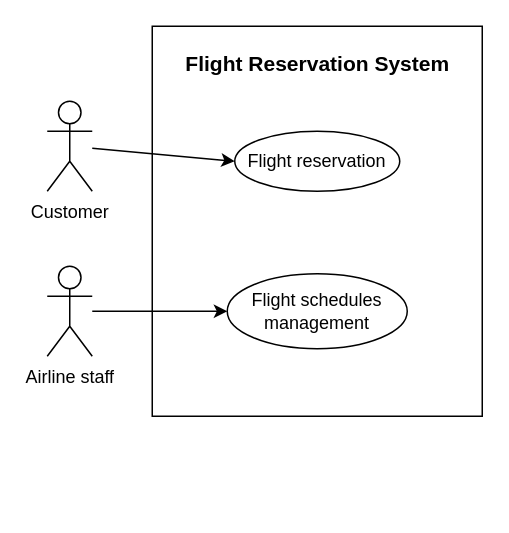
Before: UseCase/uc5.drawio in ShuYu03/ShuYu03.github.io, a draw.io diagram. Source tidied: cells renumbered, new cells numbered last; positions are measured from the earlier drawing's top-left corner, leaving out a move shared by most shapes. Both pictures are drawn from the tidied source at 150%, with x=0, y=0 at pixel (46, 26).
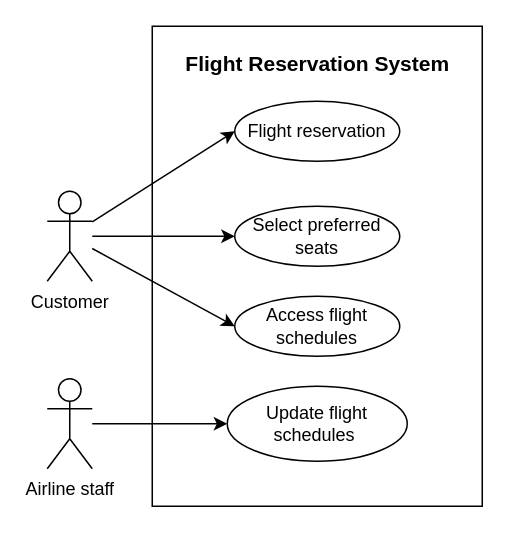
The same page after the edit.

Change to the diagram source:
```diff
@@
 <mxGraphModel>
   <root>
     <mxCell id="0" />
     <mxCell id="1" parent="0" />
     <mxCell id="2" style="rounded=0;whiteSpace=wrap;html=1;" parent="1" vertex="1">
-      <mxGeometry x="70" width="220" height="260" as="geometry" />
+      <mxGeometry x="70" width="220" height="320" as="geometry" />
     </mxCell>
     <mxCell id="3" value="&lt;b&gt;&lt;font style=&quot;font-size: 14px;&quot;&gt;Flight Reservation System&lt;/font&gt;&lt;/b&gt;" style="text;html=1;strokeColor=none;fillColor=none;align=center;verticalAlign=middle;whiteSpace=wrap;rounded=0;" parent="1" vertex="1">
       <mxGeometry x="87.5" y="10" width="185" height="30" as="geometry" />
     </mxCell>
     <mxCell id="4" value="Customer" style="shape=umlActor;verticalLabelPosition=bottom;verticalAlign=top;html=1;outlineConnect=0;" parent="1" vertex="1">
-      <mxGeometry y="50" width="30" height="60" as="geometry" />
+      <mxGeometry y="110" width="30" height="60" as="geometry" />
     </mxCell>
     <mxCell id="5" value="Flight reservation" style="ellipse;whiteSpace=wrap;html=1;" parent="1" vertex="1">
-      <mxGeometry x="125" y="70" width="110" height="40" as="geometry" />
+      <mxGeometry x="125" y="50" width="110" height="40" as="geometry" />
     </mxCell>
     <mxCell id="6" value="Airline staff" style="shape=umlActor;verticalLabelPosition=bottom;verticalAlign=top;html=1;outlineConnect=0;" parent="1" vertex="1">
-      <mxGeometry y="160" width="30" height="60" as="geometry" />
+      <mxGeometry y="235" width="30" height="60" as="geometry" />
     </mxCell>
-    <mxCell id="7" value="Flight schedules management" style="ellipse;whiteSpace=wrap;html=1;" parent="1" vertex="1">
-      <mxGeometry x="120" y="165" width="120" height="50" as="geometry" />
+    <mxCell id="7" value="Update flight schedules&amp;nbsp;" style="ellipse;whiteSpace=wrap;html=1;" parent="1" vertex="1">
+      <mxGeometry x="120" y="240" width="120" height="50" as="geometry" />
     </mxCell>
     <mxCell id="8" style="endArrow=classic;html=1;rounded=0;entryX=0;entryY=0.5;entryDx=0;entryDy=0;" parent="1" edge="1" source="4" target="5">
       <mxGeometry relative="1" as="geometry" />
     </mxCell>
     <mxCell id="9" style="endArrow=classic;html=1;rounded=0;entryX=0;entryY=0.5;entryDx=0;entryDy=0;" parent="1" edge="1" source="6" target="7">
       <mxGeometry relative="1" as="geometry" />
     </mxCell>
+    <mxCell id="10" value="Select preferred seats" style="ellipse;whiteSpace=wrap;html=1;" parent="1" vertex="1">
+      <mxGeometry x="125" y="120" width="110" height="40" as="geometry" />
+    </mxCell>
+    <mxCell id="11" value="Access flight schedules" style="ellipse;whiteSpace=wrap;html=1;" parent="1" vertex="1">
+      <mxGeometry x="125" y="180" width="110" height="40" as="geometry" />
+    </mxCell>
+    <mxCell id="12" style="endArrow=classic;html=1;rounded=0;entryX=0;entryY=0.5;entryDx=0;entryDy=0;" parent="1" edge="1" source="4">
+      <mxGeometry relative="1" as="geometry">
+        <mxPoint x="125" y="140" as="targetPoint" />
+      </mxGeometry>
+    </mxCell>
+    <mxCell id="13" style="endArrow=classic;html=1;rounded=0;entryX=0;entryY=0.5;entryDx=0;entryDy=0;" parent="1" edge="1" source="4" target="11">
+      <mxGeometry relative="1" as="geometry" />
+    </mxCell>
   </root>
 </mxGraphModel>
```
